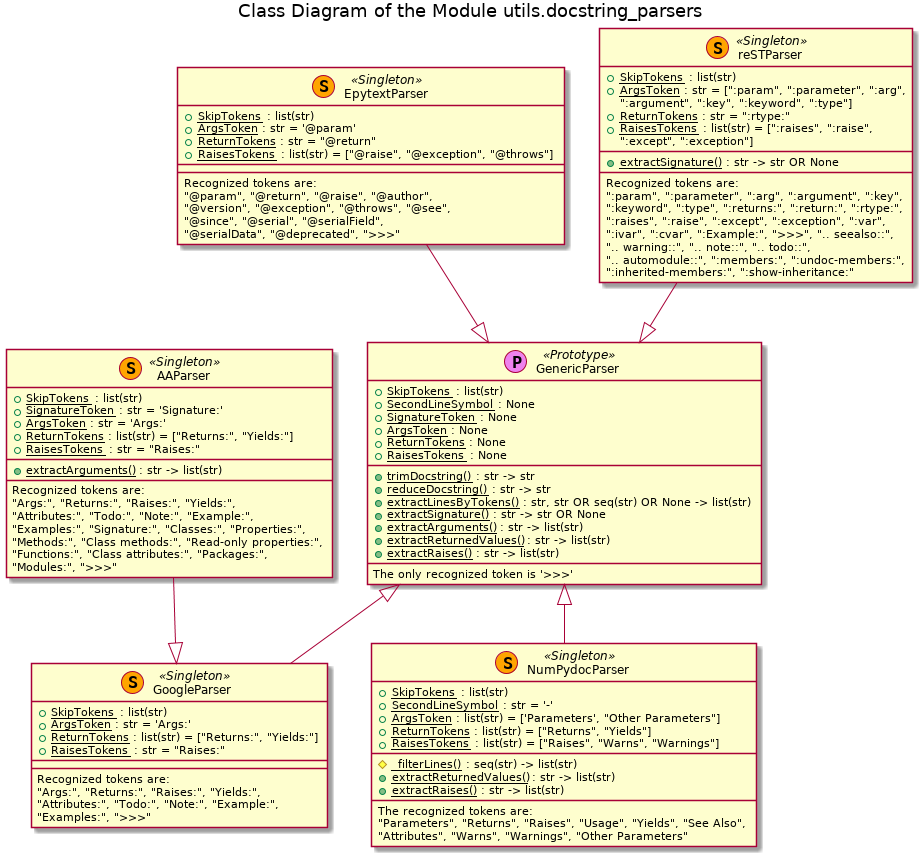
FooBarShebang/pos keeps this PlantUML diagram as Docs/UML/utils/docstring_parsers_py/docstring_parsers Classes.png. Above is the earlier version.
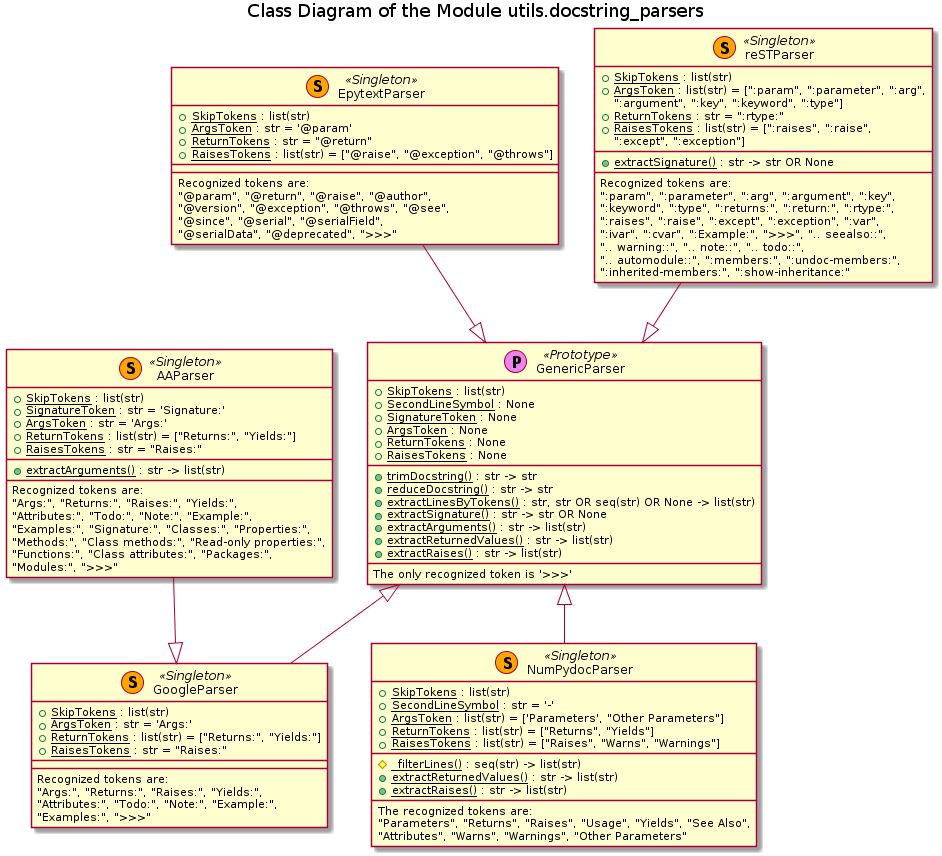
After the change.

Change to the diagram source:
```diff
@@ -57,7 +57,7 @@
 
 class reSTParser <<(S, orange) Singleton>> {
     + {field} <u>SkipTokens</u> : list(str)
-    + {field} <u>ArgsToken</u> : str = [":param", ":parameter", ":arg",
+    + {field} <u>ArgsToken</u> : list(str) = [":param", ":parameter", ":arg",
     ":argument", ":key", ":keyword", ":type"]
     + {field} <u>ReturnTokens</u> : str = ":rtype:"
     + {field} <u>RaisesTokens</u> : list(str) = [":raises", ":raise",
```
